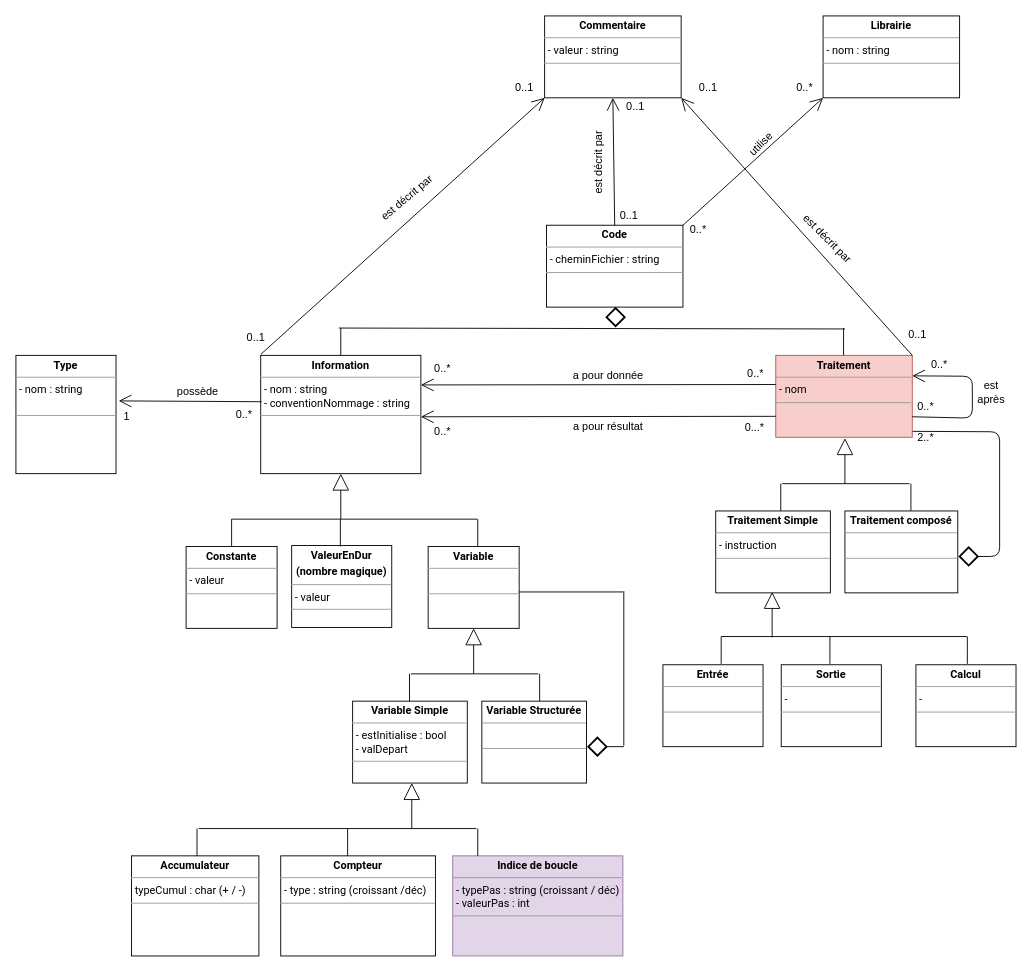
This is page "Code" (2 of 6) of modelisation/diagrammeClasses.drawio from patrick-etcheverry-recherche/code-explorer-api, a draw.io file, before an edit. Source tidied: cells renumbered, new cells numbered last; positions are measured from the earlier drawing's top-left corner, leaving out a move shared by most shapes. Both pictures are drawn from the tidied source at 91%, with x=0, y=0 at pixel (15, 15).
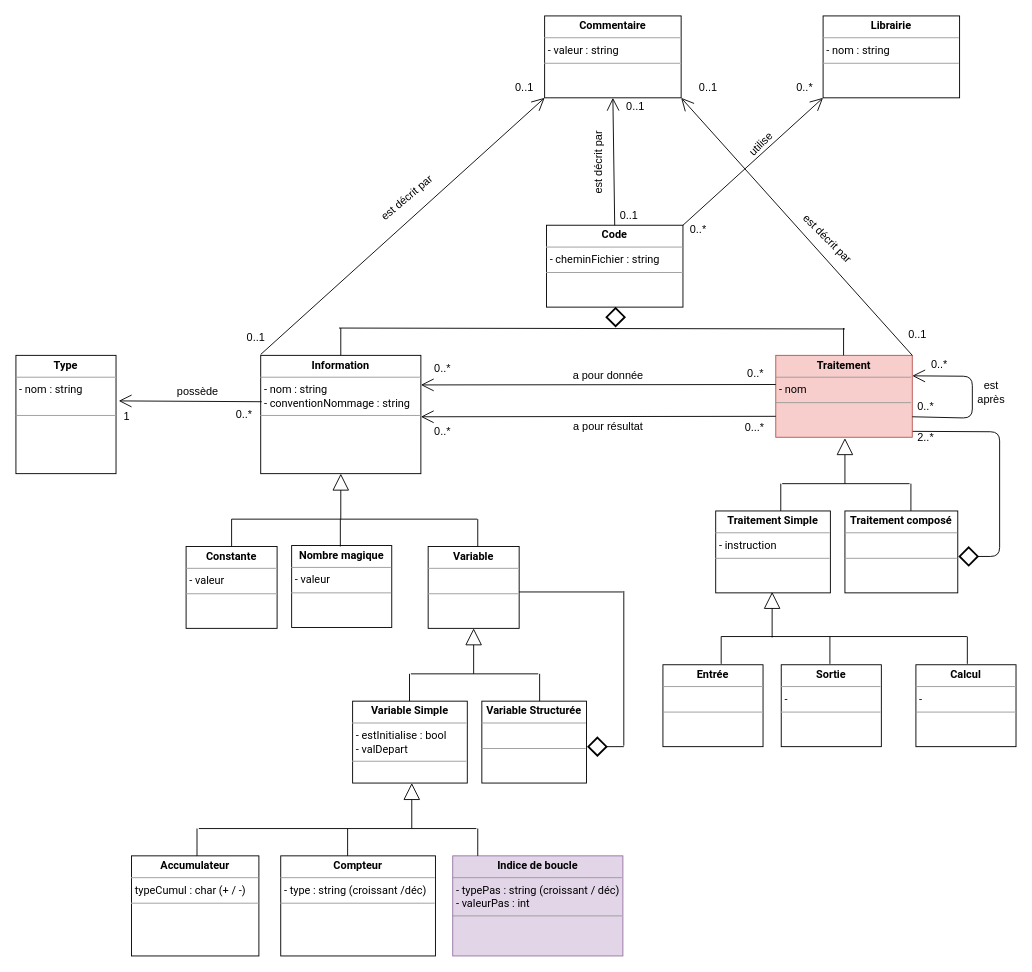
After the change.

Commit message (it also covers changes not shown here):
Mise à jour du diagramme de classes (classe Nombre magique)

What changed in the source:
```diff
@@
-    <mxCell id="14" value="&lt;p style=&quot;margin: 0px ; margin-top: 4px ; text-align: center&quot;&gt;&lt;b&gt;ValeurEnDur&lt;/b&gt;&lt;/p&gt;&lt;p style=&quot;margin: 0px ; margin-top: 4px ; text-align: center&quot;&gt;&lt;b&gt;(nombre magique)&lt;/b&gt;&lt;/p&gt;&lt;hr size=&quot;1&quot;&gt;&lt;p style=&quot;margin: 0px ; margin-left: 4px&quot;&gt;- valeur&lt;/p&gt;&lt;hr size=&quot;1&quot;&gt;&lt;p style=&quot;margin: 0px ; margin-left: 4px&quot;&gt;&lt;br&gt;&lt;/p&gt;" style="verticalAlign=top;align=left;overflow=fill;fontSize=12;fontFamily=roboto;html=1;" parent="1" vertex="1">
+    <mxCell id="14" value="&lt;p style=&quot;margin: 0px ; margin-top: 4px ; text-align: center&quot;&gt;&lt;b&gt;Nombre magique&lt;/b&gt;&lt;/p&gt;&lt;hr size=&quot;1&quot;&gt;&lt;p style=&quot;margin: 0px ; margin-left: 4px&quot;&gt;- valeur&lt;/p&gt;&lt;hr size=&quot;1&quot;&gt;&lt;p style=&quot;margin: 0px ; margin-left: 4px&quot;&gt;&lt;br&gt;&lt;/p&gt;" style="verticalAlign=top;align=left;overflow=fill;fontSize=12;fontFamily=roboto;html=1;" parent="1" vertex="1">
       <mxGeometry x="303" y="582" width="110" height="90" as="geometry" />
     </mxCell>
```
